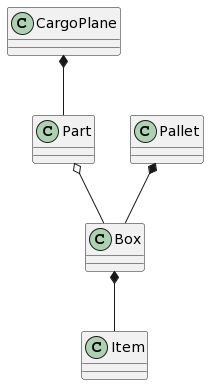
Before: hw2/1b.png, a diagram exported from PlantUML (wannaflyhigh/Object-Oriented-Programming).
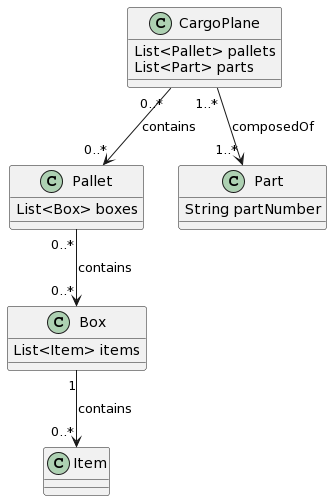
Later version of the same file.

The edit, as a diff of the source:
```diff
@@ -1,12 +1,25 @@
 @startuml
-class CargoPlane
-class Part
-class Pallet
-class Box
+class CargoPlane {
+    List<Pallet> pallets
+    List<Part> parts
+}
+
+class Pallet {
+    List<Box> boxes
+}
+
+class Box {
+    List<Item> items
+}
+
+class Part {
+    String partNumber
+}
+
 class Item
 
-CargoPlane *-- Part
-Part o-- Box
-Box *-- Item
-Pallet *-- Box
+CargoPlane "0..*" --> "0..*" Pallet : contains
+Pallet "0..*" --> "0..*" Box : contains
+CargoPlane "1..*" --> "1..*" Part : composedOf
+Box "1" --> "0..*" Item : contains
 @enduml
```
